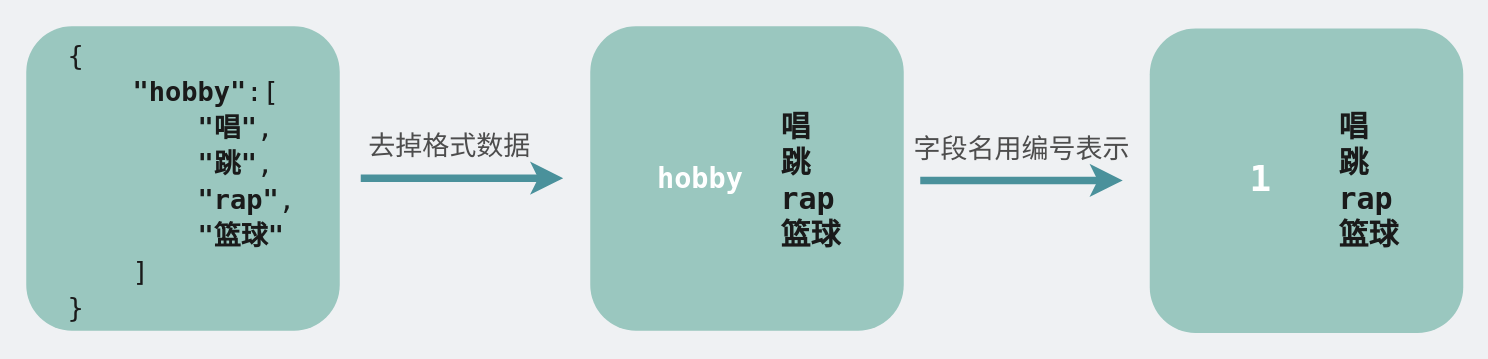
Before: network/减少需要序列化的数据.drawio in xiaobaiTech/image, a draw.io diagram. Source tidied: cells renumbered, new cells numbered last; positions are measured from the earlier drawing's top-left corner, leaving out a move shared by most shapes. Both pictures are drawn from the tidied source at 150%, with x=0, y=0 at pixel (26, 26).
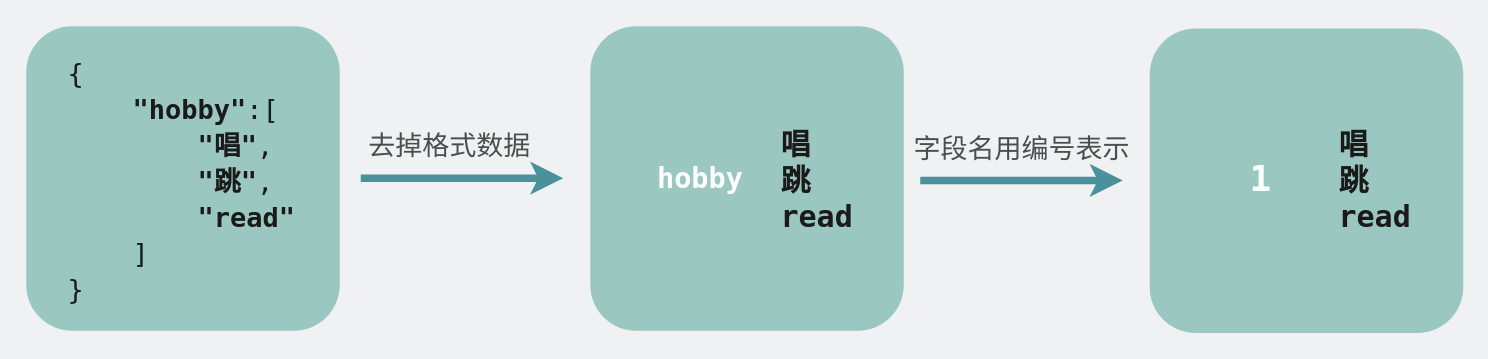
The same diagram, later.

Commit message:
更新减少需要序列化的数据.drawio

Change to the diagram source:
```diff
@@
 <mxGraphModel background="#EFF1F3">
   <root>
     <mxCell id="0" />
     <mxCell id="1" parent="0" />
     <mxCell id="2" value="&lt;div style=&quot;font-family: Menlo, Monaco, &amp;quot;Courier New&amp;quot;, monospace; font-size: 16px; line-height: 24px;&quot;&gt;&lt;div style=&quot;&quot;&gt;&lt;br&gt;&lt;/div&gt;&lt;/div&gt;" style="rounded=1;whiteSpace=wrap;html=1;strokeWidth=5;fontSize=30;strokeColor=none;fillColor=#9AC7BF;align=left;" parent="1" vertex="1">
       <mxGeometry width="209" height="203" as="geometry" />
     </mxCell>
-    <mxCell id="3" value="&lt;div style=&quot;font-family: Menlo, Monaco, &amp;quot;Courier New&amp;quot;, monospace; font-size: 18px; line-height: 24px;&quot;&gt;&lt;div style=&quot;&quot;&gt;&lt;span style=&quot;font-family: menlo, monospace, Tahoma, 微软雅黑, 幼圆; color: rgb(26, 26, 26); background-color: initial;&quot;&gt;{&lt;/span&gt;&lt;/div&gt;&lt;font style=&quot;font-size: 18px;&quot; color=&quot;#1a1a1a&quot;&gt;&lt;div style=&quot;&quot;&gt;&lt;span style=&quot;background-color: initial; font-family: menlo, monospace, Tahoma, 微软雅黑, 幼圆;&quot;&gt;&amp;nbsp; &amp;nbsp;&amp;nbsp;&lt;/span&gt;&lt;span style=&quot;background-color: initial; box-sizing: border-box; font-weight: bold; font-family: menlo, monospace, Tahoma, 微软雅黑, 幼圆;&quot; class=&quot;json_key&quot;&gt;&quot;hobby&quot;&lt;/span&gt;&lt;span style=&quot;background-color: initial; font-family: menlo, monospace, Tahoma, 微软雅黑, 幼圆;&quot;&gt;:&lt;/span&gt;&lt;span style=&quot;background-color: initial; box-sizing: border-box; font-family: menlo, monospace, Tahoma, 微软雅黑, 幼圆;&quot;&gt;&lt;span style=&quot;box-sizing: border-box; display: inline-block; font-variant-numeric: normal; font-variant-east-asian: normal; font-variant-alternates: normal; font-kerning: auto; font-optical-sizing: auto; font-feature-settings: normal; font-variation-settings: normal; font-stretch: normal; line-height: 1; font-family: FontAwesome; font-size: inherit; text-rendering: auto; -webkit-font-smoothing: antialiased; cursor: pointer;&quot; class=&quot;fa fa-minus-square-o&quot;&gt;&lt;/span&gt;[&lt;/span&gt;&lt;/div&gt;&lt;span style=&quot;box-sizing: border-box; font-family: menlo, monospace, Tahoma, 微软雅黑, 幼圆;&quot;&gt;&lt;div style=&quot;&quot;&gt;&lt;span style=&quot;background-color: initial;&quot;&gt;&amp;nbsp; &amp;nbsp; &amp;nbsp; &amp;nbsp;&amp;nbsp;&lt;/span&gt;&lt;span style=&quot;background-color: initial; box-sizing: border-box; font-weight: bold;&quot; class=&quot;json_string&quot;&gt;&quot;唱&quot;&lt;/span&gt;&lt;span style=&quot;background-color: initial;&quot;&gt;,&lt;/span&gt;&lt;/div&gt;&lt;div style=&quot;&quot;&gt;&lt;span style=&quot;background-color: initial;&quot;&gt;&amp;nbsp; &amp;nbsp; &amp;nbsp; &amp;nbsp;&amp;nbsp;&lt;/span&gt;&lt;span style=&quot;background-color: initial; box-sizing: border-box; font-weight: bold;&quot; class=&quot;json_string&quot;&gt;&quot;跳&quot;&lt;/span&gt;&lt;span style=&quot;background-color: initial;&quot;&gt;,&lt;/span&gt;&lt;/div&gt;&lt;div style=&quot;&quot;&gt;&lt;span style=&quot;background-color: initial;&quot;&gt;&amp;nbsp; &amp;nbsp; &amp;nbsp; &amp;nbsp;&amp;nbsp;&lt;/span&gt;&lt;span style=&quot;background-color: initial; box-sizing: border-box; font-weight: bold;&quot; class=&quot;json_string&quot;&gt;&quot;rap&quot;&lt;/span&gt;&lt;span style=&quot;background-color: initial;&quot;&gt;,&lt;/span&gt;&lt;/div&gt;&lt;div style=&quot;&quot;&gt;&lt;span style=&quot;background-color: initial;&quot;&gt;&amp;nbsp; &amp;nbsp; &amp;nbsp; &amp;nbsp;&amp;nbsp;&lt;/span&gt;&lt;span style=&quot;background-color: initial; box-sizing: border-box; font-weight: bold;&quot; class=&quot;json_string&quot;&gt;&quot;篮球&quot;&lt;/span&gt;&lt;/div&gt;&lt;div style=&quot;&quot;&gt;&lt;span style=&quot;background-color: initial;&quot;&gt;&amp;nbsp; &amp;nbsp; ]&lt;/span&gt;&lt;/div&gt;&lt;/span&gt;&lt;span style=&quot;font-family: menlo, monospace, Tahoma, 微软雅黑, 幼圆;&quot;&gt;&lt;div style=&quot;&quot;&gt;&lt;span style=&quot;background-color: initial;&quot;&gt;}&lt;/span&gt;&lt;/div&gt;&lt;/span&gt;&lt;/font&gt;&lt;/div&gt;" style="text;html=1;strokeColor=none;fillColor=none;align=left;verticalAlign=middle;whiteSpace=wrap;rounded=0;labelBackgroundColor=none;fontColor=#000000;" parent="1" vertex="1">
+    <mxCell id="3" value="&lt;div style=&quot;font-family: Menlo, Monaco, &amp;quot;Courier New&amp;quot;, monospace; font-size: 18px; line-height: 24px;&quot;&gt;&lt;div style=&quot;&quot;&gt;&lt;span style=&quot;font-family: menlo, monospace, Tahoma, 微软雅黑, 幼圆; color: rgb(26, 26, 26); background-color: initial;&quot;&gt;{&lt;/span&gt;&lt;/div&gt;&lt;font style=&quot;font-size: 18px;&quot; color=&quot;#1a1a1a&quot;&gt;&lt;div style=&quot;&quot;&gt;&lt;span style=&quot;background-color: initial; font-family: menlo, monospace, Tahoma, 微软雅黑, 幼圆;&quot;&gt;&amp;nbsp; &amp;nbsp;&amp;nbsp;&lt;/span&gt;&lt;span style=&quot;background-color: initial; box-sizing: border-box; font-weight: bold; font-family: menlo, monospace, Tahoma, 微软雅黑, 幼圆;&quot; class=&quot;json_key&quot;&gt;&quot;hobby&quot;&lt;/span&gt;&lt;span style=&quot;background-color: initial; font-family: menlo, monospace, Tahoma, 微软雅黑, 幼圆;&quot;&gt;:&lt;/span&gt;&lt;span style=&quot;background-color: initial; box-sizing: border-box; font-family: menlo, monospace, Tahoma, 微软雅黑, 幼圆;&quot;&gt;&lt;span style=&quot;box-sizing: border-box; display: inline-block; font-variant-numeric: normal; font-variant-east-asian: normal; font-variant-alternates: normal; font-kerning: auto; font-optical-sizing: auto; font-feature-settings: normal; font-variation-settings: normal; font-stretch: normal; line-height: 1; font-family: FontAwesome; font-size: inherit; text-rendering: auto; -webkit-font-smoothing: antialiased; cursor: pointer;&quot; class=&quot;fa fa-minus-square-o&quot;&gt;&lt;/span&gt;[&lt;/span&gt;&lt;/div&gt;&lt;span style=&quot;box-sizing: border-box; font-family: menlo, monospace, Tahoma, 微软雅黑, 幼圆;&quot;&gt;&lt;div style=&quot;&quot;&gt;&lt;span style=&quot;background-color: initial;&quot;&gt;&amp;nbsp; &amp;nbsp; &amp;nbsp; &amp;nbsp;&amp;nbsp;&lt;/span&gt;&lt;span style=&quot;background-color: initial; box-sizing: border-box; font-weight: bold;&quot; class=&quot;json_string&quot;&gt;&quot;唱&quot;&lt;/span&gt;&lt;span style=&quot;background-color: initial;&quot;&gt;,&lt;/span&gt;&lt;/div&gt;&lt;div style=&quot;&quot;&gt;&lt;span style=&quot;background-color: initial;&quot;&gt;&amp;nbsp; &amp;nbsp; &amp;nbsp; &amp;nbsp;&amp;nbsp;&lt;/span&gt;&lt;span style=&quot;background-color: initial; box-sizing: border-box; font-weight: bold;&quot; class=&quot;json_string&quot;&gt;&quot;跳&quot;&lt;/span&gt;&lt;span style=&quot;background-color: initial;&quot;&gt;,&lt;/span&gt;&lt;/div&gt;&lt;div style=&quot;&quot;&gt;&lt;span style=&quot;background-color: initial;&quot;&gt;&amp;nbsp; &amp;nbsp; &amp;nbsp; &amp;nbsp;&amp;nbsp;&lt;/span&gt;&lt;span style=&quot;background-color: initial; box-sizing: border-box; font-weight: bold;&quot; class=&quot;json_string&quot;&gt;&quot;read&quot;&lt;/span&gt;&lt;/div&gt;&lt;div style=&quot;&quot;&gt;&lt;span style=&quot;background-color: initial;&quot;&gt;&amp;nbsp; &amp;nbsp; ]&lt;/span&gt;&lt;/div&gt;&lt;/span&gt;&lt;span style=&quot;font-family: menlo, monospace, Tahoma, 微软雅黑, 幼圆;&quot;&gt;&lt;div style=&quot;&quot;&gt;&lt;span style=&quot;background-color: initial;&quot;&gt;}&lt;/span&gt;&lt;/div&gt;&lt;/span&gt;&lt;/font&gt;&lt;/div&gt;" style="text;html=1;strokeColor=none;fillColor=none;align=left;verticalAlign=middle;whiteSpace=wrap;rounded=0;labelBackgroundColor=none;fontColor=#000000;" parent="1" vertex="1">
       <mxGeometry x="26" y="46" width="165" height="114" as="geometry" />
     </mxCell>
     <mxCell id="4" style="endArrow=classic;html=1;rounded=0;fontColor=#000000;strokeWidth=5;strokeColor=#4A919B;" parent="1" edge="1">
       <mxGeometry relative="1" as="geometry">
         <mxPoint x="223" y="101.3" as="sourcePoint" />
         <mxPoint x="358" y="101.3" as="targetPoint" />
       </mxGeometry>
     </mxCell>
     <mxCell id="5" value="&lt;font color=&quot;#4d4d4d&quot; style=&quot;font-size: 18px;&quot;&gt;去掉格式数据&lt;/font&gt;" style="text;html=1;strokeColor=none;fillColor=none;align=center;verticalAlign=middle;whiteSpace=wrap;rounded=0;labelBackgroundColor=none;fontColor=#000000;" parent="1" vertex="1">
       <mxGeometry x="219" y="65" width="127" height="30" as="geometry" />
     </mxCell>
     <mxCell id="6" value="&lt;div style=&quot;font-family: Menlo, Monaco, &amp;quot;Courier New&amp;quot;, monospace; font-size: 16px; line-height: 24px;&quot;&gt;&lt;div style=&quot;&quot;&gt;&lt;br&gt;&lt;/div&gt;&lt;/div&gt;" style="rounded=1;whiteSpace=wrap;html=1;strokeWidth=5;fontSize=30;strokeColor=none;fillColor=#9AC7BF;align=left;" parent="1" vertex="1">
       <mxGeometry x="376" width="209" height="203" as="geometry" />
     </mxCell>
-    <mxCell id="7" value="&lt;div style=&quot;font-family: Menlo, Monaco, &amp;quot;Courier New&amp;quot;, monospace; font-size: 20px; line-height: 24px;&quot;&gt;&lt;div style=&quot;&quot;&gt;&lt;span style=&quot;font-family: menlo, monospace, Tahoma, 微软雅黑, 幼圆; color: rgb(26, 26, 26); background-color: initial;&quot;&gt;&amp;nbsp; &amp;nbsp; &amp;nbsp; &amp;nbsp;&amp;nbsp;&lt;/span&gt;&lt;span style=&quot;font-family: menlo, monospace, Tahoma, 微软雅黑, 幼圆; color: rgb(26, 26, 26); background-color: initial; box-sizing: border-box; font-weight: bold;&quot; class=&quot;json_string&quot;&gt;唱&lt;/span&gt;&lt;br&gt;&lt;/div&gt;&lt;font style=&quot;font-size: 20px;&quot; color=&quot;#1a1a1a&quot;&gt;&lt;span style=&quot;box-sizing: border-box; font-family: menlo, monospace, Tahoma, 微软雅黑, 幼圆;&quot;&gt;&lt;div style=&quot;&quot;&gt;&lt;span style=&quot;background-color: initial;&quot;&gt;&amp;nbsp; &amp;nbsp; &amp;nbsp; &amp;nbsp;&amp;nbsp;&lt;/span&gt;&lt;span style=&quot;background-color: initial; box-sizing: border-box; font-weight: bold;&quot; class=&quot;json_string&quot;&gt;跳&lt;/span&gt;&lt;/div&gt;&lt;div style=&quot;&quot;&gt;&lt;span style=&quot;background-color: initial;&quot;&gt;&amp;nbsp; &amp;nbsp; &amp;nbsp; &amp;nbsp;&amp;nbsp;&lt;/span&gt;&lt;span style=&quot;background-color: initial; box-sizing: border-box; font-weight: bold;&quot; class=&quot;json_string&quot;&gt;rap&lt;/span&gt;&lt;/div&gt;&lt;div style=&quot;&quot;&gt;&lt;span style=&quot;background-color: initial;&quot;&gt;&amp;nbsp; &amp;nbsp; &amp;nbsp; &amp;nbsp;&amp;nbsp;&lt;/span&gt;&lt;span style=&quot;background-color: initial; box-sizing: border-box; font-weight: bold;&quot; class=&quot;json_string&quot;&gt;篮球&lt;/span&gt;&lt;/div&gt;&lt;/span&gt;&lt;/font&gt;&lt;/div&gt;" style="text;html=1;strokeColor=none;fillColor=none;align=left;verticalAlign=middle;whiteSpace=wrap;rounded=0;labelBackgroundColor=none;fontColor=#000000;" parent="1" vertex="1">
+    <mxCell id="7" value="&lt;div style=&quot;font-family: Menlo, Monaco, &amp;quot;Courier New&amp;quot;, monospace; font-size: 20px; line-height: 24px;&quot;&gt;&lt;div style=&quot;&quot;&gt;&lt;span style=&quot;font-family: menlo, monospace, Tahoma, 微软雅黑, 幼圆; color: rgb(26, 26, 26); background-color: initial;&quot;&gt;&amp;nbsp; &amp;nbsp; &amp;nbsp; &amp;nbsp;&amp;nbsp;&lt;/span&gt;&lt;span style=&quot;font-family: menlo, monospace, Tahoma, 微软雅黑, 幼圆; color: rgb(26, 26, 26); background-color: initial; box-sizing: border-box; font-weight: bold;&quot; class=&quot;json_string&quot;&gt;唱&lt;/span&gt;&lt;br&gt;&lt;/div&gt;&lt;font style=&quot;font-size: 20px;&quot; color=&quot;#1a1a1a&quot;&gt;&lt;span style=&quot;box-sizing: border-box; font-family: menlo, monospace, Tahoma, 微软雅黑, 幼圆;&quot;&gt;&lt;div style=&quot;&quot;&gt;&lt;span style=&quot;background-color: initial;&quot;&gt;&amp;nbsp; &amp;nbsp; &amp;nbsp; &amp;nbsp;&amp;nbsp;&lt;/span&gt;&lt;span style=&quot;background-color: initial; box-sizing: border-box; font-weight: bold;&quot; class=&quot;json_string&quot;&gt;跳&lt;/span&gt;&lt;/div&gt;&lt;div style=&quot;&quot;&gt;&lt;span style=&quot;background-color: initial;&quot;&gt;&amp;nbsp; &amp;nbsp; &amp;nbsp; &amp;nbsp;&amp;nbsp;&lt;/span&gt;&lt;span style=&quot;background-color: initial; box-sizing: border-box; font-weight: bold;&quot; class=&quot;json_string&quot;&gt;read&lt;/span&gt;&lt;/div&gt;&lt;/span&gt;&lt;/font&gt;&lt;/div&gt;" style="text;html=1;strokeColor=none;fillColor=none;align=left;verticalAlign=middle;whiteSpace=wrap;rounded=0;labelBackgroundColor=none;fontColor=#000000;" parent="1" vertex="1">
       <mxGeometry x="405" y="22.8" width="164" height="157.5" as="geometry" />
     </mxCell>
     <mxCell id="8" value="&lt;div style=&quot;font-family: Menlo, Monaco, &amp;quot;Courier New&amp;quot;, monospace; line-height: 24px;&quot;&gt;&lt;div style=&quot;&quot;&gt;&lt;span style=&quot;background-color: initial; font-family: menlo, monospace, Tahoma, 微软雅黑, 幼圆; font-weight: bold;&quot;&gt;&lt;font style=&quot;font-size: 19px;&quot; color=&quot;#ffffff&quot;&gt;hobby&lt;/font&gt;&lt;/span&gt;&lt;br&gt;&lt;/div&gt;&lt;/div&gt;" style="text;html=1;strokeColor=none;fillColor=none;align=left;verticalAlign=middle;whiteSpace=wrap;rounded=0;labelBackgroundColor=none;fontColor=#000000;" parent="1" vertex="1">
       <mxGeometry x="419" y="85" width="53" height="33" as="geometry" />
     </mxCell>
     <mxCell id="9" style="endArrow=classic;html=1;rounded=0;fontColor=#000000;strokeWidth=5;strokeColor=#4A919B;" parent="1" edge="1">
       <mxGeometry relative="1" as="geometry">
         <mxPoint x="596" y="102.8" as="sourcePoint" />
         <mxPoint x="731" y="102.8" as="targetPoint" />
       </mxGeometry>
     </mxCell>
     <mxCell id="10" value="&lt;font color=&quot;#4d4d4d&quot; style=&quot;font-size: 18px;&quot;&gt;字段名用编号表示&lt;/font&gt;" style="text;html=1;strokeColor=none;fillColor=none;align=center;verticalAlign=middle;whiteSpace=wrap;rounded=0;labelBackgroundColor=none;fontColor=#000000;" parent="1" vertex="1">
       <mxGeometry x="581" y="67" width="166" height="30" as="geometry" />
     </mxCell>
     <mxCell id="11" value="&lt;div style=&quot;font-family: Menlo, Monaco, &amp;quot;Courier New&amp;quot;, monospace; font-size: 16px; line-height: 24px;&quot;&gt;&lt;div style=&quot;&quot;&gt;&lt;br&gt;&lt;/div&gt;&lt;/div&gt;" style="rounded=1;whiteSpace=wrap;html=1;strokeWidth=5;fontSize=30;strokeColor=none;fillColor=#9AC7BF;align=left;" parent="1" vertex="1">
       <mxGeometry x="749" y="1.5" width="209" height="203" as="geometry" />
     </mxCell>
     <mxCell id="12" value="&lt;div style=&quot;font-family: Menlo, Monaco, &amp;quot;Courier New&amp;quot;, monospace; line-height: 24px;&quot;&gt;&lt;div style=&quot;&quot;&gt;&lt;span style=&quot;background-color: initial; font-family: menlo, monospace, Tahoma, 微软雅黑, 幼圆; font-weight: bold;&quot;&gt;&lt;font style=&quot;font-size: 24px;&quot; color=&quot;#ffffff&quot;&gt;1&lt;/font&gt;&lt;/span&gt;&lt;br&gt;&lt;/div&gt;&lt;/div&gt;" style="text;html=1;strokeColor=none;fillColor=none;align=left;verticalAlign=middle;whiteSpace=wrap;rounded=0;labelBackgroundColor=none;fontColor=#000000;" parent="1" vertex="1">
       <mxGeometry x="814" y="86.5" width="53" height="33" as="geometry" />
     </mxCell>
-    <mxCell id="13" value="&lt;div style=&quot;font-family: Menlo, Monaco, &amp;quot;Courier New&amp;quot;, monospace; font-size: 20px; line-height: 24px;&quot;&gt;&lt;div style=&quot;&quot;&gt;&lt;span style=&quot;font-family: menlo, monospace, Tahoma, 微软雅黑, 幼圆; color: rgb(26, 26, 26); background-color: initial;&quot;&gt;&amp;nbsp; &amp;nbsp; &amp;nbsp; &amp;nbsp;&amp;nbsp;&lt;/span&gt;&lt;span style=&quot;font-family: menlo, monospace, Tahoma, 微软雅黑, 幼圆; color: rgb(26, 26, 26); background-color: initial; box-sizing: border-box; font-weight: bold;&quot; class=&quot;json_string&quot;&gt;唱&lt;/span&gt;&lt;br&gt;&lt;/div&gt;&lt;font style=&quot;font-size: 20px;&quot; color=&quot;#1a1a1a&quot;&gt;&lt;span style=&quot;box-sizing: border-box; font-family: menlo, monospace, Tahoma, 微软雅黑, 幼圆;&quot;&gt;&lt;div style=&quot;&quot;&gt;&lt;span style=&quot;background-color: initial;&quot;&gt;&amp;nbsp; &amp;nbsp; &amp;nbsp; &amp;nbsp;&amp;nbsp;&lt;/span&gt;&lt;span style=&quot;background-color: initial; box-sizing: border-box; font-weight: bold;&quot; class=&quot;json_string&quot;&gt;跳&lt;/span&gt;&lt;/div&gt;&lt;div style=&quot;&quot;&gt;&lt;span style=&quot;background-color: initial;&quot;&gt;&amp;nbsp; &amp;nbsp; &amp;nbsp; &amp;nbsp;&amp;nbsp;&lt;/span&gt;&lt;span style=&quot;background-color: initial; box-sizing: border-box; font-weight: bold;&quot; class=&quot;json_string&quot;&gt;rap&lt;/span&gt;&lt;/div&gt;&lt;div style=&quot;&quot;&gt;&lt;span style=&quot;background-color: initial;&quot;&gt;&amp;nbsp; &amp;nbsp; &amp;nbsp; &amp;nbsp;&amp;nbsp;&lt;/span&gt;&lt;span style=&quot;background-color: initial; box-sizing: border-box; font-weight: bold;&quot; class=&quot;json_string&quot;&gt;篮球&lt;/span&gt;&lt;/div&gt;&lt;/span&gt;&lt;/font&gt;&lt;/div&gt;" style="text;html=1;strokeColor=none;fillColor=none;align=left;verticalAlign=middle;whiteSpace=wrap;rounded=0;labelBackgroundColor=none;fontColor=#000000;" parent="1" vertex="1">
+    <mxCell id="13" value="&lt;div style=&quot;font-family: Menlo, Monaco, &amp;quot;Courier New&amp;quot;, monospace; font-size: 20px; line-height: 24px;&quot;&gt;&lt;div style=&quot;&quot;&gt;&lt;span style=&quot;font-family: menlo, monospace, Tahoma, 微软雅黑, 幼圆; color: rgb(26, 26, 26); background-color: initial;&quot;&gt;&amp;nbsp; &amp;nbsp; &amp;nbsp; &amp;nbsp;&amp;nbsp;&lt;/span&gt;&lt;span style=&quot;font-family: menlo, monospace, Tahoma, 微软雅黑, 幼圆; color: rgb(26, 26, 26); background-color: initial; box-sizing: border-box; font-weight: bold;&quot; class=&quot;json_string&quot;&gt;唱&lt;/span&gt;&lt;br&gt;&lt;/div&gt;&lt;font style=&quot;font-size: 20px;&quot; color=&quot;#1a1a1a&quot;&gt;&lt;span style=&quot;box-sizing: border-box; font-family: menlo, monospace, Tahoma, 微软雅黑, 幼圆;&quot;&gt;&lt;div style=&quot;&quot;&gt;&lt;span style=&quot;background-color: initial;&quot;&gt;&amp;nbsp; &amp;nbsp; &amp;nbsp; &amp;nbsp;&amp;nbsp;&lt;/span&gt;&lt;span style=&quot;background-color: initial; box-sizing: border-box; font-weight: bold;&quot; class=&quot;json_string&quot;&gt;跳&lt;/span&gt;&lt;/div&gt;&lt;div style=&quot;&quot;&gt;&lt;span style=&quot;background-color: initial;&quot;&gt;&amp;nbsp; &amp;nbsp; &amp;nbsp; &amp;nbsp;&amp;nbsp;&lt;/span&gt;&lt;span style=&quot;background-color: initial; box-sizing: border-box; font-weight: bold;&quot; class=&quot;json_string&quot;&gt;read&lt;/span&gt;&lt;/div&gt;&lt;/span&gt;&lt;/font&gt;&lt;/div&gt;" style="text;html=1;strokeColor=none;fillColor=none;align=left;verticalAlign=middle;whiteSpace=wrap;rounded=0;labelBackgroundColor=none;fontColor=#000000;" parent="1" vertex="1">
       <mxGeometry x="777" y="22.8" width="164" height="157.5" as="geometry" />
     </mxCell>
   </root>
 </mxGraphModel>
```
